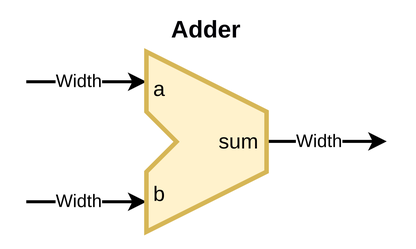
Above: xmint/design/Adder.png in Dark-GreenCat/xmint (draw.io), before the change. Source tidied: cells renumbered, new cells last; positions are measured from the earlier drawing's top-left corner, leaving out a move shared by most shapes. Its diagram source:
```xml
<mxGraphModel background="#ffffff">
  <root>
    <mxCell id="0" />
    <mxCell id="1" parent="0" />
    <mxCell id="2" style="endArrow=classic;html=1;entryX=0;entryY=0;entryDx=0;entryDy=140;entryPerimeter=0;strokeWidth=2;" parent="1" edge="1">
      <mxGeometry relative="1" as="geometry">
        <mxPoint y="40" as="sourcePoint" />
        <mxPoint x="80" y="40" as="targetPoint" />
      </mxGeometry>
    </mxCell>
    <mxCell id="3" value="Width" style="edgeLabel;html=1;align=center;verticalAlign=middle;fontSize=12;" parent="2" vertex="1">
      <mxGeometry x="0.21" y="1" relative="1" as="geometry">
        <mxPoint x="-13" y="1" as="offset" />
      </mxGeometry>
    </mxCell>
    <mxCell id="4" style="endArrow=classic;html=1;entryX=0;entryY=0;entryDx=0;entryDy=140;entryPerimeter=0;strokeWidth=2;" parent="1" edge="1">
      <mxGeometry relative="1" as="geometry">
        <mxPoint y="120" as="sourcePoint" />
        <mxPoint x="80" y="120" as="targetPoint" />
      </mxGeometry>
    </mxCell>
    <mxCell id="5" value="Width" style="edgeLabel;html=1;align=center;verticalAlign=middle;fontSize=12;" parent="4" vertex="1">
      <mxGeometry x="0.21" y="1" relative="1" as="geometry">
        <mxPoint x="-13" y="1" as="offset" />
      </mxGeometry>
    </mxCell>
    <mxCell id="6" style="endArrow=classic;html=1;entryX=0;entryY=0;entryDx=0;entryDy=140;entryPerimeter=0;strokeWidth=2;" parent="1" edge="1">
      <mxGeometry relative="1" as="geometry">
        <mxPoint x="160" y="79.8" as="sourcePoint" />
        <mxPoint x="240" y="79.8" as="targetPoint" />
      </mxGeometry>
    </mxCell>
    <mxCell id="7" value="Width" style="edgeLabel;html=1;align=center;verticalAlign=middle;fontSize=12;" parent="6" vertex="1">
      <mxGeometry x="0.21" y="1" relative="1" as="geometry">
        <mxPoint x="-13" y="1" as="offset" />
      </mxGeometry>
    </mxCell>
    <mxCell id="8" value="Adder" style="text;html=1;strokeColor=none;fillColor=none;align=center;verticalAlign=middle;whiteSpace=wrap;rounded=0;fontStyle=1;fontSize=16;fontColor=#000006;" parent="1" vertex="1">
      <mxGeometry x="90" width="60" height="10" as="geometry" />
    </mxCell>
    <mxCell id="9" style="externalPins=0;shadow=0;dashed=0;align=center;html=1;strokeWidth=3;shape=mxgraph.rtl.abstract.entity;kind=mux;drawPins=0;left=4;right=1;bottom=0;top=0;labelBackgroundColor=none;strokeColor=#d6b656;fontSize=12;fillColor=#fff2cc;" parent="1" vertex="1">
      <mxGeometry x="80" y="20" width="80" height="120" as="geometry" />
    </mxCell>
    <mxCell id="10" style="triangle;whiteSpace=wrap;html=1;labelBackgroundColor=none;strokeWidth=3;fontSize=12;fillColor=default;strokeColor=#d6b656;" parent="9" vertex="1">
      <mxGeometry y="40" width="20" height="40" as="geometry" />
    </mxCell>
    <mxCell id="11" style="triangle;whiteSpace=wrap;html=1;labelBackgroundColor=none;strokeColor=none;strokeWidth=3;fontSize=12;fillColor=default;" parent="9" vertex="1">
      <mxGeometry x="-2" y="40" width="20" height="40" as="geometry" />
    </mxCell>
    <mxCell id="12" value="sum" style="text;html=1;strokeColor=none;fillColor=none;align=right;verticalAlign=middle;whiteSpace=wrap;rounded=0;fontSize=14;" parent="9" vertex="1">
      <mxGeometry x="17" y="50" width="60" height="20" as="geometry" />
    </mxCell>
    <mxCell id="13" value="b" style="text;html=1;strokeColor=none;fillColor=none;align=left;verticalAlign=middle;whiteSpace=wrap;rounded=0;fontSize=14;" parent="9" vertex="1">
      <mxGeometry x="3" y="80" width="20" height="30" as="geometry" />
    </mxCell>
    <mxCell id="14" value="a" style="text;html=1;strokeColor=none;fillColor=none;align=left;verticalAlign=middle;whiteSpace=wrap;rounded=0;fontSize=14;" parent="9" vertex="1">
      <mxGeometry x="3" y="10" width="20" height="30" as="geometry" />
    </mxCell>
  </root>
</mxGraphModel>
```
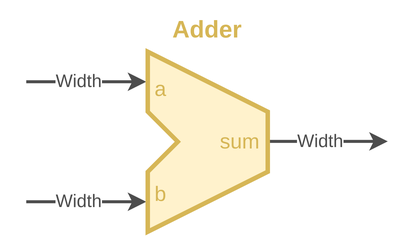
The same diagram one commit later.

Diff of the diagram source:
```diff
@@ -2,43 +2,46 @@
   <root>
     <mxCell id="0" />
     <mxCell id="1" parent="0" />
+    <mxCell id="15" style="group;" parent="1" vertex="1">
+      <mxGeometry x="-12" width="240" height="140" as="geometry" />
+    </mxCell>
-    <mxCell id="2" style="endArrow=classic;html=1;entryX=0;entryY=0;entryDx=0;entryDy=140;entryPerimeter=0;strokeWidth=2;" parent="1" edge="1">
+    <mxCell id="2" style="endArrow=classic;html=1;entryX=0;entryY=0;entryDx=0;entryDy=140;entryPerimeter=0;strokeWidth=2;fontColor=#4D4D4D;strokeColor=#4D4D4D;" parent="15" edge="1">
       <mxGeometry relative="1" as="geometry">
-        <mxPoint y="40" as="sourcePoint" />
-        <mxPoint x="80" y="40" as="targetPoint" />
+        <mxPoint x="-1" y="40" as="sourcePoint" />
+        <mxPoint x="79" y="40" as="targetPoint" />
       </mxGeometry>
     </mxCell>
-    <mxCell id="3" value="Width" style="edgeLabel;html=1;align=center;verticalAlign=middle;fontSize=12;" parent="2" vertex="1">
+    <mxCell id="3" value="Width" style="edgeLabel;html=1;align=center;verticalAlign=middle;fontSize=12;fontColor=#4D4D4D;" parent="2" vertex="1">
       <mxGeometry x="0.21" y="1" relative="1" as="geometry">
         <mxPoint x="-13" y="1" as="offset" />
       </mxGeometry>
     </mxCell>
-    <mxCell id="4" style="endArrow=classic;html=1;entryX=0;entryY=0;entryDx=0;entryDy=140;entryPerimeter=0;strokeWidth=2;" parent="1" edge="1">
+    <mxCell id="4" style="endArrow=classic;html=1;entryX=0;entryY=0;entryDx=0;entryDy=140;entryPerimeter=0;strokeWidth=2;fontColor=#4D4D4D;strokeColor=#4D4D4D;" parent="15" edge="1">
       <mxGeometry relative="1" as="geometry">
-        <mxPoint y="120" as="sourcePoint" />
-        <mxPoint x="80" y="120" as="targetPoint" />
+        <mxPoint x="-1" y="120" as="sourcePoint" />
+        <mxPoint x="79" y="120" as="targetPoint" />
       </mxGeometry>
     </mxCell>
-    <mxCell id="5" value="Width" style="edgeLabel;html=1;align=center;verticalAlign=middle;fontSize=12;" parent="4" vertex="1">
+    <mxCell id="5" value="Width" style="edgeLabel;html=1;align=center;verticalAlign=middle;fontSize=12;fontColor=#4D4D4D;" parent="4" vertex="1">
       <mxGeometry x="0.21" y="1" relative="1" as="geometry">
         <mxPoint x="-13" y="1" as="offset" />
       </mxGeometry>
     </mxCell>
-    <mxCell id="6" style="endArrow=classic;html=1;entryX=0;entryY=0;entryDx=0;entryDy=140;entryPerimeter=0;strokeWidth=2;" parent="1" edge="1">
+    <mxCell id="6" style="endArrow=classic;html=1;entryX=0;entryY=0;entryDx=0;entryDy=140;entryPerimeter=0;strokeWidth=2;fontColor=#4D4D4D;strokeColor=#4D4D4D;" parent="15" edge="1">
       <mxGeometry relative="1" as="geometry">
         <mxPoint x="160" y="79.8" as="sourcePoint" />
         <mxPoint x="240" y="79.8" as="targetPoint" />
       </mxGeometry>
     </mxCell>
-    <mxCell id="7" value="Width" style="edgeLabel;html=1;align=center;verticalAlign=middle;fontSize=12;" parent="6" vertex="1">
+    <mxCell id="7" value="Width" style="edgeLabel;html=1;align=center;verticalAlign=middle;fontSize=12;fontColor=#4D4D4D;" parent="6" vertex="1">
       <mxGeometry x="0.21" y="1" relative="1" as="geometry">
         <mxPoint x="-13" y="1" as="offset" />
       </mxGeometry>
     </mxCell>
-    <mxCell id="8" value="Adder" style="text;html=1;strokeColor=none;fillColor=none;align=center;verticalAlign=middle;whiteSpace=wrap;rounded=0;fontStyle=1;fontSize=16;fontColor=#000006;" parent="1" vertex="1">
+    <mxCell id="8" value="&lt;font color=&quot;#d6b656&quot;&gt;Adder&lt;/font&gt;" style="text;html=1;strokeColor=none;fillColor=none;align=center;verticalAlign=middle;whiteSpace=wrap;rounded=0;fontStyle=1;fontSize=16;fontColor=#000006;" parent="15" vertex="1">
       <mxGeometry x="90" width="60" height="10" as="geometry" />
     </mxCell>
-    <mxCell id="9" style="externalPins=0;shadow=0;dashed=0;align=center;html=1;strokeWidth=3;shape=mxgraph.rtl.abstract.entity;kind=mux;drawPins=0;left=4;right=1;bottom=0;top=0;labelBackgroundColor=none;strokeColor=#d6b656;fontSize=12;fillColor=#fff2cc;" parent="1" vertex="1">
+    <mxCell id="9" style="externalPins=0;shadow=0;dashed=0;align=center;html=1;strokeWidth=3;shape=mxgraph.rtl.abstract.entity;kind=mux;drawPins=0;left=4;right=1;bottom=0;top=0;labelBackgroundColor=none;strokeColor=#d6b656;fontSize=12;fillColor=#fff2cc;" parent="15" vertex="1">
       <mxGeometry x="80" y="20" width="80" height="120" as="geometry" />
     </mxCell>
     <mxCell id="10" style="triangle;whiteSpace=wrap;html=1;labelBackgroundColor=none;strokeWidth=3;fontSize=12;fillColor=default;strokeColor=#d6b656;" parent="9" vertex="1">
@@ -47,13 +50,13 @@
     <mxCell id="11" style="triangle;whiteSpace=wrap;html=1;labelBackgroundColor=none;strokeColor=none;strokeWidth=3;fontSize=12;fillColor=default;" parent="9" vertex="1">
       <mxGeometry x="-2" y="40" width="20" height="40" as="geometry" />
     </mxCell>
-    <mxCell id="12" value="sum" style="text;html=1;strokeColor=none;fillColor=none;align=right;verticalAlign=middle;whiteSpace=wrap;rounded=0;fontSize=14;" parent="9" vertex="1">
+    <mxCell id="12" value="sum" style="text;html=1;strokeColor=none;fillColor=none;align=right;verticalAlign=middle;whiteSpace=wrap;rounded=0;fontSize=14;fontColor=#D6B656;" parent="9" vertex="1">
       <mxGeometry x="17" y="50" width="60" height="20" as="geometry" />
     </mxCell>
-    <mxCell id="13" value="b" style="text;html=1;strokeColor=none;fillColor=none;align=left;verticalAlign=middle;whiteSpace=wrap;rounded=0;fontSize=14;" parent="9" vertex="1">
+    <mxCell id="13" value="b" style="text;html=1;strokeColor=none;fillColor=none;align=left;verticalAlign=middle;whiteSpace=wrap;rounded=0;fontSize=14;fontColor=#D6B656;" parent="9" vertex="1">
       <mxGeometry x="3" y="80" width="20" height="30" as="geometry" />
     </mxCell>
-    <mxCell id="14" value="a" style="text;html=1;strokeColor=none;fillColor=none;align=left;verticalAlign=middle;whiteSpace=wrap;rounded=0;fontSize=14;" parent="9" vertex="1">
+    <mxCell id="14" value="a" style="text;html=1;strokeColor=none;fillColor=none;align=left;verticalAlign=middle;whiteSpace=wrap;rounded=0;fontSize=14;fontColor=#D6B656;" parent="9" vertex="1">
       <mxGeometry x="3" y="10" width="20" height="30" as="geometry" />
     </mxCell>
   </root>
```
